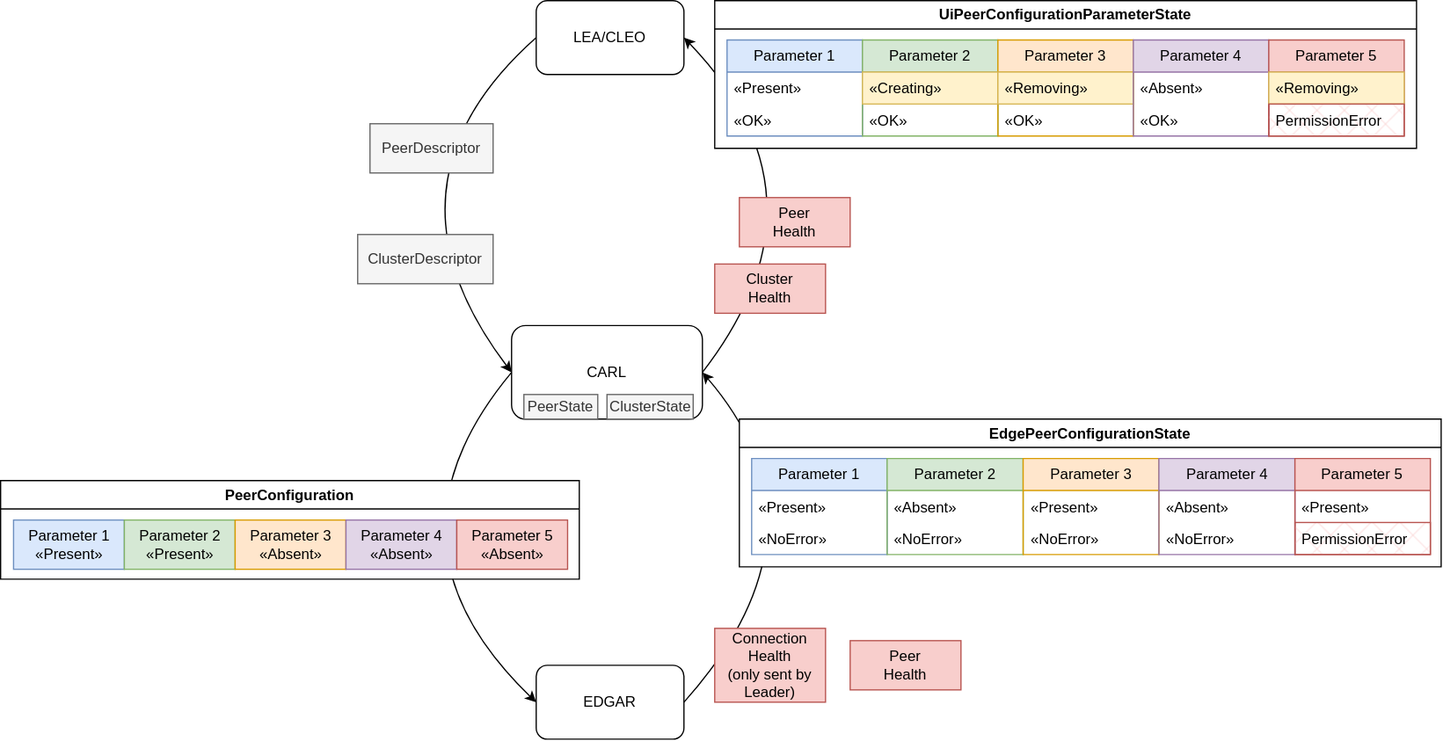
eclipse-opendut/opendut keeps this draw.io diagram as doc/src/architecture/carl/peer/img/peer-state-configuration.svg. Above is the earlier version. Source tidied: cells renumbered, new cells last; positions are measured from the earlier drawing's top-left corner, leaving out a move shared by most shapes.
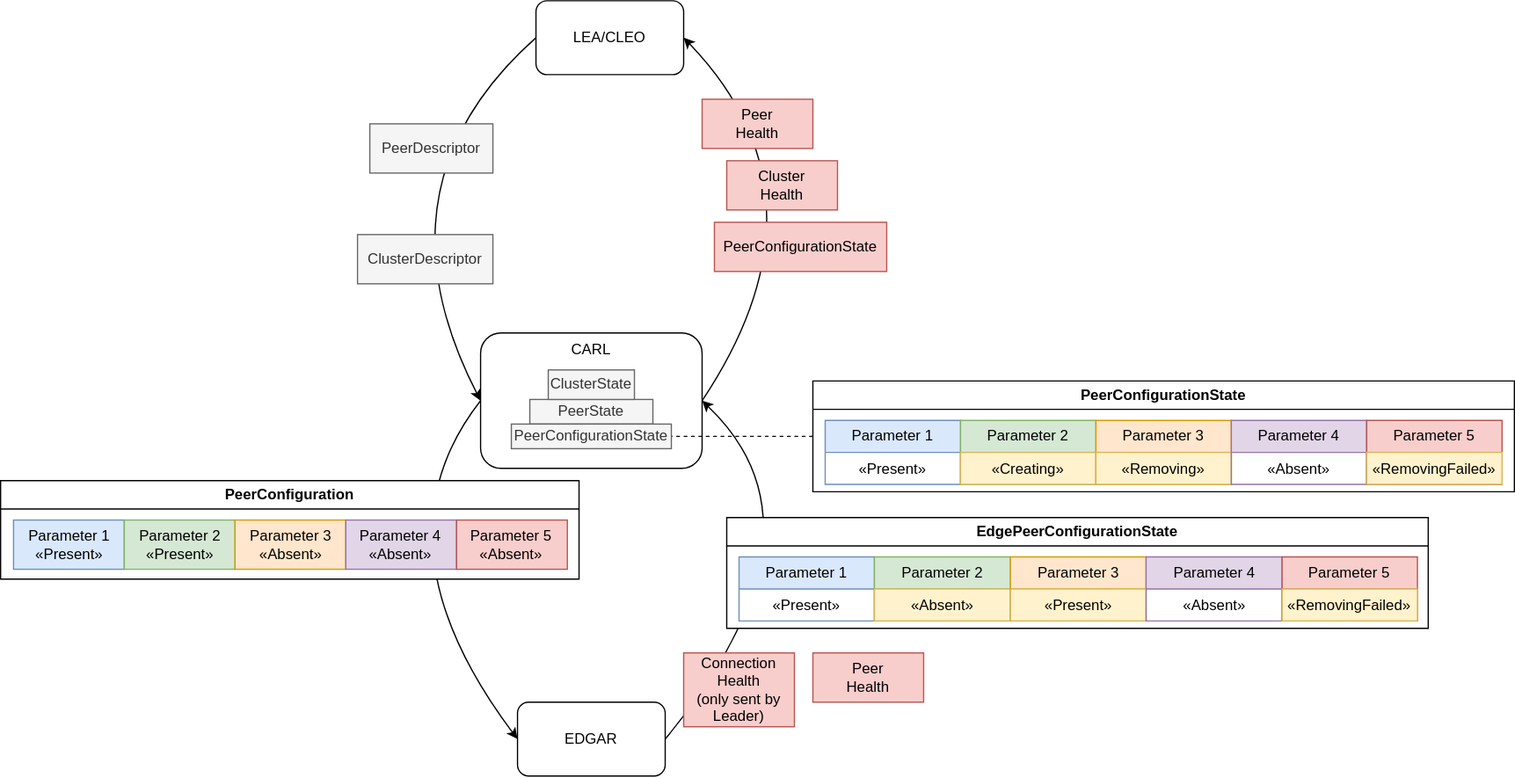
The same file after the commit.

Commit message:
Doc » Consolidate possible configuration states.

- Add illustration to show dependencies of the state resources
- Track peer configuration state in CARL

Change to the diagram source:
```diff
@@ -5,11 +5,11 @@
     <mxCell id="2" value="LEA/CLEO" style="rounded=1;whiteSpace=wrap;html=1;" parent="1" vertex="1">
       <mxGeometry x="435" width="120" height="60" as="geometry" />
     </mxCell>
-    <mxCell id="3" value="CARL" style="rounded=1;whiteSpace=wrap;html=1;" parent="1" vertex="1">
-      <mxGeometry x="415" y="264" width="155" height="76" as="geometry" />
+    <mxCell id="3" value="CARL" style="rounded=1;whiteSpace=wrap;html=1;horizontal=1;labelPosition=center;verticalLabelPosition=middle;align=center;verticalAlign=top;" parent="1" vertex="1">
+      <mxGeometry x="390" y="270" width="180" height="110" as="geometry" />
     </mxCell>
     <mxCell id="4" value="EDGAR" style="rounded=1;whiteSpace=wrap;html=1;" parent="1" vertex="1">
-      <mxGeometry x="435" y="540" width="120" height="60" as="geometry" />
+      <mxGeometry x="420" y="570" width="120" height="60" as="geometry" />
     </mxCell>
     <mxCell id="5" style="endArrow=classic;html=1;rounded=0;exitX=0;exitY=0.5;exitDx=0;exitDy=0;entryX=0;entryY=0.5;entryDx=0;entryDy=0;curved=1;" parent="1" edge="1" source="2" target="3">
       <mxGeometry relative="1" as="geometry">
@@ -64,118 +64,97 @@
       <mxGeometry x="370.5" y="32" width="90" height="40" as="geometry" />
     </mxCell>
     <mxCell id="17" value="EdgePeerConfigurationState" style="swimlane;whiteSpace=wrap;html=1;fixDash=0;swimlaneFillColor=default;" parent="1" vertex="1">
-      <mxGeometry x="600" y="340" width="570" height="120" as="geometry" />
+      <mxGeometry x="590" y="420" width="570" height="90" as="geometry" />
     </mxCell>
     <mxCell id="18" value="Parameter 1" style="swimlane;fontStyle=0;horizontal=1;startSize=26;fillColor=#dae8fc;whiteSpace=wrap;html=1;strokeColor=#6c8ebf;" parent="17" vertex="1">
-      <mxGeometry x="10" y="32" width="110" height="78" as="geometry" />
+      <mxGeometry x="10" y="32" width="110" height="52" as="geometry" />
     </mxCell>
-    <mxCell id="19" value="«Present»" style="text;strokeColor=none;fillColor=none;align=left;verticalAlign=top;spacingLeft=4;spacingRight=4;overflow=hidden;whiteSpace=wrap;html=1;" parent="18" vertex="1">
+    <mxCell id="19" value="«Present»" style="text;strokeColor=none;fillColor=none;align=center;verticalAlign=top;spacingLeft=4;spacingRight=4;overflow=hidden;whiteSpace=wrap;html=1;" parent="18" vertex="1">
       <mxGeometry y="26" width="110" height="26" as="geometry" />
     </mxCell>
-    <mxCell id="20" value="«NoError»" style="text;strokeColor=none;fillColor=none;align=left;verticalAlign=top;spacingLeft=4;spacingRight=4;overflow=hidden;whiteSpace=wrap;html=1;" parent="18" vertex="1">
-      <mxGeometry y="52" width="110" height="26" as="geometry" />
-    </mxCell>
     <mxCell id="21" value="Parameter 2" style="swimlane;fontStyle=0;horizontal=1;startSize=26;fillColor=#d5e8d4;whiteSpace=wrap;html=1;strokeColor=#82b366;" parent="17" vertex="1">
-      <mxGeometry x="120" y="32" width="110.5" height="78" as="geometry" />
+      <mxGeometry x="120" y="32" width="110.5" height="52" as="geometry" />
     </mxCell>
-    <mxCell id="22" value="«Absent»" style="text;strokeColor=none;fillColor=none;align=left;verticalAlign=top;spacingLeft=4;spacingRight=4;overflow=hidden;whiteSpace=wrap;html=1;" parent="21" vertex="1">
+    <mxCell id="22" value="«Absent»" style="text;strokeColor=#d6b656;fillColor=#fff2cc;align=center;verticalAlign=top;spacingLeft=4;spacingRight=4;overflow=hidden;whiteSpace=wrap;html=1;fillStyle=solid;" parent="21" vertex="1">
       <mxGeometry y="26" width="110.5" height="26" as="geometry" />
     </mxCell>
-    <mxCell id="23" value="«NoError»" style="text;strokeColor=none;fillColor=none;align=left;verticalAlign=top;spacingLeft=4;spacingRight=4;overflow=hidden;whiteSpace=wrap;html=1;" parent="21" vertex="1">
-      <mxGeometry y="52" width="110.5" height="26" as="geometry" />
-    </mxCell>
     <mxCell id="24" value="Parameter 3" style="swimlane;fontStyle=0;horizontal=1;startSize=26;fillColor=#ffe6cc;whiteSpace=wrap;html=1;strokeColor=#d79b00;" parent="17" vertex="1">
-      <mxGeometry x="230.5" y="32" width="110.2" height="78" as="geometry" />
+      <mxGeometry x="230.5" y="32" width="110.2" height="52" as="geometry" />
     </mxCell>
-    <mxCell id="25" value="«Present»" style="text;strokeColor=none;fillColor=none;align=left;verticalAlign=top;spacingLeft=4;spacingRight=4;overflow=hidden;whiteSpace=wrap;html=1;" parent="24" vertex="1">
+    <mxCell id="25" value="«Present»" style="text;strokeColor=#d6b656;fillColor=#fff2cc;align=center;verticalAlign=top;spacingLeft=4;spacingRight=4;overflow=hidden;whiteSpace=wrap;html=1;fillStyle=solid;" parent="24" vertex="1">
       <mxGeometry y="26" width="110.2" height="26" as="geometry" />
     </mxCell>
-    <mxCell id="26" value="«NoError»" style="text;strokeColor=none;fillColor=none;align=left;verticalAlign=top;spacingLeft=4;spacingRight=4;overflow=hidden;whiteSpace=wrap;html=1;" parent="24" vertex="1">
-      <mxGeometry y="52" width="110.2" height="26" as="geometry" />
-    </mxCell>
     <mxCell id="27" value="Parameter 4" style="swimlane;fontStyle=0;horizontal=1;startSize=26;fillColor=#e1d5e7;whiteSpace=wrap;html=1;strokeColor=#9673a6;" parent="17" vertex="1">
-      <mxGeometry x="340.8" y="32" width="110.5" height="78" as="geometry" />
+      <mxGeometry x="340.8" y="32" width="110.5" height="52" as="geometry" />
     </mxCell>
-    <mxCell id="28" value="«Absent»" style="text;strokeColor=none;fillColor=none;align=left;verticalAlign=top;spacingLeft=4;spacingRight=4;overflow=hidden;whiteSpace=wrap;html=1;" parent="27" vertex="1">
+    <mxCell id="28" value="«Absent»" style="text;strokeColor=none;fillColor=none;align=center;verticalAlign=top;spacingLeft=4;spacingRight=4;overflow=hidden;whiteSpace=wrap;html=1;" parent="27" vertex="1">
       <mxGeometry y="26" width="110.5" height="26" as="geometry" />
     </mxCell>
-    <mxCell id="29" value="«NoError»" style="text;strokeColor=none;fillColor=none;align=left;verticalAlign=top;spacingLeft=4;spacingRight=4;overflow=hidden;whiteSpace=wrap;html=1;" parent="27" vertex="1">
-      <mxGeometry y="52" width="110.5" height="26" as="geometry" />
-    </mxCell>
     <mxCell id="30" value="Parameter 5" style="swimlane;fontStyle=0;horizontal=1;startSize=26;fillColor=#f8cecc;whiteSpace=wrap;html=1;strokeColor=#b85450;" parent="17" vertex="1">
-      <mxGeometry x="451.2" y="32" width="110" height="78" as="geometry" />
+      <mxGeometry x="451.2" y="32" width="110" height="52" as="geometry" />
     </mxCell>
-    <mxCell id="31" value="«Present»" style="text;strokeColor=none;fillColor=none;align=left;verticalAlign=top;spacingLeft=4;spacingRight=4;overflow=hidden;whiteSpace=wrap;html=1;" parent="30" vertex="1">
+    <mxCell id="31" value="«RemovingFailed»" style="text;strokeColor=#d6b656;fillColor=#fff2cc;align=center;verticalAlign=top;spacingLeft=4;spacingRight=4;overflow=hidden;whiteSpace=wrap;html=1;fillStyle=solid;" parent="30" vertex="1">
       <mxGeometry y="26" width="110" height="26" as="geometry" />
     </mxCell>
-    <mxCell id="32" value="PermissionError" style="text;strokeColor=#b85450;fillColor=#f8cecc;align=left;verticalAlign=top;spacingLeft=4;spacingRight=4;overflow=hidden;whiteSpace=wrap;html=1;fillStyle=cross-hatch;" parent="30" vertex="1">
-      <mxGeometry y="52" width="110" height="26" as="geometry" />
-    </mxCell>
     <mxCell id="33" value="PeerState" style="rounded=0;whiteSpace=wrap;html=1;fillColor=#f5f5f5;fontColor=#333333;strokeColor=#666666;" parent="1" vertex="1">
-      <mxGeometry x="425" y="320" width="60" height="20" as="geometry" />
+      <mxGeometry x="430" y="324" width="100" height="20" as="geometry" />
     </mxCell>
     <mxCell id="34" value="ClusterState" style="rounded=0;whiteSpace=wrap;html=1;fillColor=#f5f5f5;fontColor=#333333;strokeColor=#666666;" parent="1" vertex="1">
-      <mxGeometry x="492.5" y="320" width="70" height="20" as="geometry" />
+      <mxGeometry x="445" y="300" width="70" height="24" as="geometry" />
     </mxCell>
     <mxCell id="35" value="Peer&lt;br&gt;Health" style="rounded=0;whiteSpace=wrap;html=1;fillColor=#f8cecc;strokeColor=#b85450;" parent="1" vertex="1">
-      <mxGeometry x="690" y="520" width="90" height="40" as="geometry" />
+      <mxGeometry x="660" y="530" width="90" height="40" as="geometry" />
     </mxCell>
     <mxCell id="36" value="Cluster&lt;br&gt;Health" style="rounded=0;whiteSpace=wrap;html=1;fillColor=#f8cecc;strokeColor=#b85450;" parent="1" vertex="1">
-      <mxGeometry x="580" y="214" width="90" height="40" as="geometry" />
+      <mxGeometry x="590" y="130" width="90" height="40" as="geometry" />
     </mxCell>
     <mxCell id="37" value="Peer&lt;br&gt;Health" style="rounded=0;whiteSpace=wrap;html=1;fillColor=#f8cecc;strokeColor=#b85450;" parent="1" vertex="1">
-      <mxGeometry x="600" y="160" width="90" height="40" as="geometry" />
+      <mxGeometry x="570" y="80" width="90" height="40" as="geometry" />
     </mxCell>
     <mxCell id="38" value="Connection&lt;br&gt;Health&lt;br&gt;(only sent by Leader)" style="rounded=0;whiteSpace=wrap;html=1;fillColor=#f8cecc;strokeColor=#b85450;" parent="1" vertex="1">
-      <mxGeometry x="580" y="510" width="90" height="60" as="geometry" />
+      <mxGeometry x="555" y="530" width="90" height="60" as="geometry" />
     </mxCell>
+    <mxCell id="55" style="edgeStyle=orthogonalEdgeStyle;rounded=0;jettySize=auto;html=1;entryX=1;entryY=0.5;entryDx=0;entryDy=0;endArrow=none;endFill=0;dashed=1;" parent="1" edge="1" source="39" target="56">
+      <mxGeometry relative="1" as="geometry" />
+    </mxCell>
-    <mxCell id="39" value="UiPeerConfigurationParameterState" style="swimlane;whiteSpace=wrap;html=1;fixDash=0;swimlaneFillColor=default;" parent="1" vertex="1">
-      <mxGeometry x="580" width="570" height="120" as="geometry" />
+    <mxCell id="39" value="PeerConfigurationState" style="swimlane;whiteSpace=wrap;html=1;fixDash=0;swimlaneFillColor=default;" parent="1" vertex="1">
+      <mxGeometry x="660" y="309" width="570" height="90" as="geometry" />
     </mxCell>
     <mxCell id="40" value="Parameter 1" style="swimlane;fontStyle=0;horizontal=1;startSize=26;fillColor=#dae8fc;whiteSpace=wrap;html=1;strokeColor=#6c8ebf;" parent="39" vertex="1">
-      <mxGeometry x="10" y="32" width="110" height="78" as="geometry" />
+      <mxGeometry x="10" y="32" width="110" height="52" as="geometry" />
     </mxCell>
-    <mxCell id="41" value="«Present»" style="text;strokeColor=none;fillColor=none;align=left;verticalAlign=top;spacingLeft=4;spacingRight=4;overflow=hidden;whiteSpace=wrap;html=1;" parent="40" vertex="1">
+    <mxCell id="41" value="«Present»" style="text;strokeColor=none;fillColor=none;align=center;verticalAlign=top;spacingLeft=4;spacingRight=4;overflow=hidden;whiteSpace=wrap;html=1;" parent="40" vertex="1">
       <mxGeometry y="26" width="110" height="26" as="geometry" />
     </mxCell>
-    <mxCell id="42" value="«OK»" style="text;strokeColor=none;fillColor=none;align=left;verticalAlign=top;spacingLeft=4;spacingRight=4;overflow=hidden;whiteSpace=wrap;html=1;" parent="40" vertex="1">
-      <mxGeometry y="52" width="110" height="26" as="geometry" />
-    </mxCell>
     <mxCell id="43" value="Parameter 2" style="swimlane;fontStyle=0;horizontal=1;startSize=26;fillColor=#d5e8d4;whiteSpace=wrap;html=1;strokeColor=#82b366;" parent="39" vertex="1">
-      <mxGeometry x="120" y="32" width="110" height="78" as="geometry" />
+      <mxGeometry x="120" y="32" width="110" height="52" as="geometry" />
     </mxCell>
-    <mxCell id="44" value="«Creating»" style="text;strokeColor=#d6b656;fillColor=#fff2cc;align=left;verticalAlign=top;spacingLeft=4;spacingRight=4;overflow=hidden;whiteSpace=wrap;html=1;fillStyle=solid;" parent="43" vertex="1">
+    <mxCell id="44" value="«Creating»" style="text;strokeColor=#d6b656;fillColor=#fff2cc;align=center;verticalAlign=top;spacingLeft=4;spacingRight=4;overflow=hidden;whiteSpace=wrap;html=1;fillStyle=solid;" parent="43" vertex="1">
       <mxGeometry y="26" width="110" height="26" as="geometry" />
     </mxCell>
-    <mxCell id="45" value="«OK»" style="text;strokeColor=none;fillColor=none;align=left;verticalAlign=top;spacingLeft=4;spacingRight=4;overflow=hidden;whiteSpace=wrap;html=1;" parent="43" vertex="1">
-      <mxGeometry y="52" width="110" height="26" as="geometry" />
-    </mxCell>
     <mxCell id="46" value="Parameter 3" style="swimlane;fontStyle=0;horizontal=1;startSize=26;fillColor=#ffe6cc;whiteSpace=wrap;html=1;strokeColor=#d79b00;" parent="39" vertex="1">
-      <mxGeometry x="230" y="32" width="110" height="78" as="geometry" />
+      <mxGeometry x="230" y="32" width="110" height="52" as="geometry" />
     </mxCell>
-    <mxCell id="47" value="«Removing»" style="text;strokeColor=#d6b656;fillColor=#fff2cc;align=left;verticalAlign=top;spacingLeft=4;spacingRight=4;overflow=hidden;whiteSpace=wrap;html=1;" parent="46" vertex="1">
+    <mxCell id="47" value="«Removing»" style="text;strokeColor=#d6b656;fillColor=#fff2cc;align=center;verticalAlign=top;spacingLeft=4;spacingRight=4;overflow=hidden;whiteSpace=wrap;html=1;" parent="46" vertex="1">
       <mxGeometry y="26" width="110" height="26" as="geometry" />
     </mxCell>
-    <mxCell id="48" value="«OK»" style="text;strokeColor=none;fillColor=none;align=left;verticalAlign=top;spacingLeft=4;spacingRight=4;overflow=hidden;whiteSpace=wrap;html=1;" parent="46" vertex="1">
-      <mxGeometry y="52" width="110" height="26" as="geometry" />
-    </mxCell>
     <mxCell id="49" value="Parameter 4" style="swimlane;fontStyle=0;horizontal=1;startSize=26;fillColor=#e1d5e7;whiteSpace=wrap;html=1;strokeColor=#9673a6;" parent="39" vertex="1">
-      <mxGeometry x="340" y="32" width="110" height="78" as="geometry" />
+      <mxGeometry x="340" y="32" width="110" height="52" as="geometry" />
     </mxCell>
-    <mxCell id="50" value="«Absent»" style="text;strokeColor=none;fillColor=none;align=left;verticalAlign=top;spacingLeft=4;spacingRight=4;overflow=hidden;whiteSpace=wrap;html=1;" parent="49" vertex="1">
+    <mxCell id="50" value="«Absent»" style="text;strokeColor=none;fillColor=none;align=center;verticalAlign=top;spacingLeft=4;spacingRight=4;overflow=hidden;whiteSpace=wrap;html=1;" parent="49" vertex="1">
       <mxGeometry y="26" width="110" height="26" as="geometry" />
     </mxCell>
-    <mxCell id="51" value="«OK»" style="text;strokeColor=none;fillColor=none;align=left;verticalAlign=top;spacingLeft=4;spacingRight=4;overflow=hidden;whiteSpace=wrap;html=1;" parent="49" vertex="1">
-      <mxGeometry y="52" width="110" height="26" as="geometry" />
-    </mxCell>
     <mxCell id="52" value="Parameter 5" style="swimlane;fontStyle=0;horizontal=1;startSize=26;fillColor=#f8cecc;whiteSpace=wrap;html=1;strokeColor=#b85450;" parent="39" vertex="1">
-      <mxGeometry x="450" y="32" width="110" height="78" as="geometry" />
+      <mxGeometry x="450" y="32" width="110" height="52" as="geometry" />
     </mxCell>
-    <mxCell id="53" value="«Removing&lt;span style=&quot;background-color: initial;&quot;&gt;»&lt;/span&gt;" style="text;strokeColor=#d6b656;fillColor=#fff2cc;align=left;verticalAlign=top;spacingLeft=4;spacingRight=4;overflow=hidden;whiteSpace=wrap;html=1;" parent="52" vertex="1">
+    <mxCell id="53" value="«RemovingFailed&lt;span style=&quot;background-color: initial;&quot;&gt;»&lt;/span&gt;" style="text;strokeColor=#d6b656;fillColor=#fff2cc;align=center;verticalAlign=top;spacingLeft=4;spacingRight=4;overflow=hidden;whiteSpace=wrap;html=1;" parent="52" vertex="1">
       <mxGeometry y="26" width="110" height="26" as="geometry" />
     </mxCell>
-    <mxCell id="54" value="PermissionError" style="text;strokeColor=#b85450;fillColor=#f8cecc;align=left;verticalAlign=top;spacingLeft=4;spacingRight=4;overflow=hidden;whiteSpace=wrap;html=1;gradientColor=none;fillStyle=cross-hatch;" parent="52" vertex="1">
-      <mxGeometry y="52" width="110" height="26" as="geometry" />
-    </mxCell>
+    <mxCell id="56" value="PeerConfigurationState" style="rounded=0;whiteSpace=wrap;html=1;fillColor=#f5f5f5;fontColor=#333333;strokeColor=#666666;" parent="1" vertex="1">
+      <mxGeometry x="415" y="344" width="130" height="20" as="geometry" />
+    </mxCell>
+    <mxCell id="57" value="PeerConfigurationState" style="rounded=0;whiteSpace=wrap;html=1;fillColor=#f8cecc;strokeColor=#b85450;" parent="1" vertex="1">
+      <mxGeometry x="580" y="180" width="140" height="40" as="geometry" />
+    </mxCell>
   </root>
 </mxGraphModel>
```
